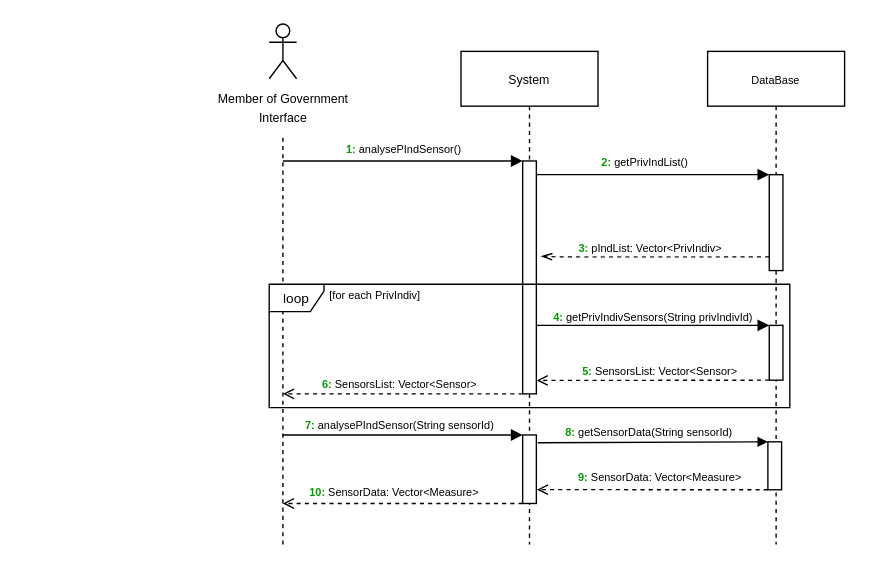
Earlier version of the draw.io diagram UML stuff/seqDiagSetReliable.drawio (NourJadiri/AirWatcher). Source tidied: cells renumbered, new cells numbered last; positions are measured from the earlier drawing's top-left corner, leaving out a move shared by most shapes. Both pictures are drawn from the tidied source at 137%, with x=0, y=0 at pixel (269, 23).
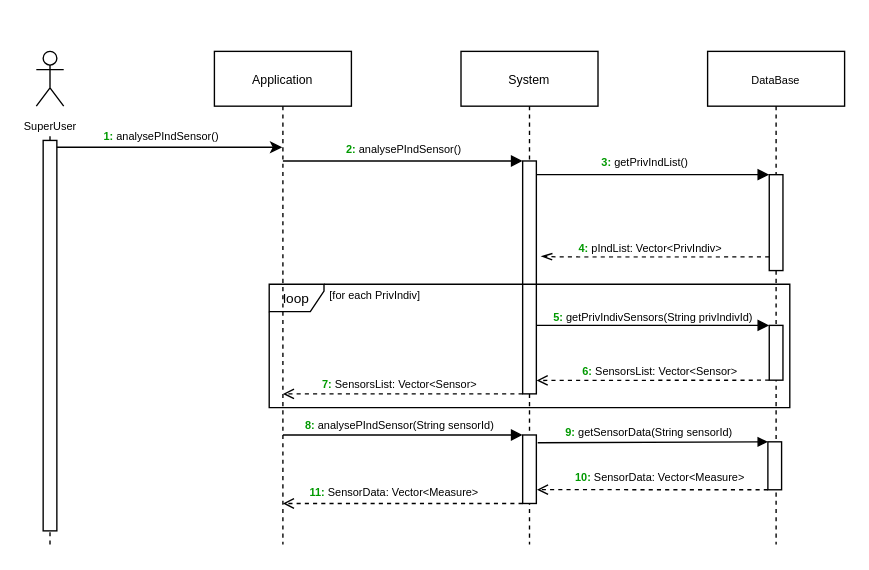
After the change.

Unchanged cells that the change refers to:
```xml
<mxCell id="2" value="&lt;font style=&quot;font-size: 9px;&quot;&gt;System&lt;/font&gt;" style="shape=umlLifeline;perimeter=lifelinePerimeter;whiteSpace=wrap;html=1;outlineConnect=0;portConstraint=eastwest;newEdgeStyle={&quot;edgeStyle&quot;:&quot;elbowEdgeStyle&quot;,&quot;elbow&quot;:&quot;vertical&quot;,&quot;curved&quot;:0,&quot;rounded&quot;:0};" parent="1" vertex="1">
  <mxGeometry x="140" y="20" width="100" height="360" as="geometry" />
</mxCell>
<mxCell id="5" style="html=1;points=[];perimeter=orthogonalPerimeter;outlineConnect=0;targetShapes=umlLifeline;portConstraint=eastwest;newEdgeStyle={&quot;edgeStyle&quot;:&quot;elbowEdgeStyle&quot;,&quot;elbow&quot;:&quot;vertical&quot;,&quot;curved&quot;:0,&quot;rounded&quot;:0};" parent="4" vertex="1">
  <mxGeometry x="45" y="90" width="10" height="70" as="geometry" />
</mxCell>
<mxCell id="7" style="endArrow=openThin;html=1;rounded=0;dashed=1;endFill=0;entryX=1.355;entryY=0.409;entryDx=0;entryDy=0;entryPerimeter=0;" parent="1" edge="1" source="5" target="23">
  <mxGeometry relative="1" as="geometry">
    <Array as="points">
      <mxPoint x="210" y="170" />
    </Array>
  </mxGeometry>
</mxCell>
<mxCell id="18" style="whiteSpace=wrap;html=1;" parent="1" vertex="1">
  <mxGeometry x="364" y="305" width="10" height="35" as="geometry" />
</mxCell>
<mxCell id="19" style="edgeStyle=none;jettySize=auto;html=1;rounded=0;exitX=0;exitY=1;exitDx=0;exitDy=0;dashed=1;endArrow=open;endFill=0;entryX=1.045;entryY=0.798;entryDx=0;entryDy=0;entryPerimeter=0;" parent="1" edge="1" source="18" target="24">
  <mxGeometry relative="1" as="geometry" />
</mxCell>
<mxCell id="21" style="edgeStyle=none;jettySize=auto;html=1;rounded=0;dashed=1;endArrow=open;endFill=0;exitX=0;exitY=1;exitDx=0;exitDy=0;" parent="1" edge="1" source="24">
  <mxGeometry relative="1" as="geometry">
    <mxPoint x="10" y="350" as="targetPoint" />
  </mxGeometry>
</mxCell>
<mxCell id="24" style="rounded=0;whiteSpace=wrap;html=1;" parent="1" vertex="1">
  <mxGeometry x="185" y="300" width="10" height="50" as="geometry" />
</mxCell>
<mxCell id="27" value="&lt;font style=&quot;font-size: 10px;&quot;&gt;loop&lt;/font&gt;" style="shape=umlFrame;whiteSpace=wrap;html=1;width=40;height=20;" parent="1" vertex="1">
  <mxGeometry y="190" width="380" height="90" as="geometry" />
</mxCell>
```

What changed in the source:
```diff
@@
-    <mxCell id="3" value="&lt;font style=&quot;font-size: 8px;&quot;&gt;&lt;b&gt;&lt;font color=&quot;#009900&quot;&gt;1:&lt;/font&gt; &lt;/b&gt;analysePIndSensor()&lt;/font&gt;" style="html=1;verticalAlign=bottom;endArrow=block;edgeStyle=elbowEdgeStyle;elbow=vertical;curved=0;rounded=0;" parent="1" edge="1">
+    <mxCell id="3" value="&lt;font style=&quot;font-size: 8px;&quot;&gt;&lt;b&gt;&lt;font color=&quot;#009900&quot;&gt;2:&lt;/font&gt; &lt;/b&gt;analysePIndSensor()&lt;/font&gt;" style="html=1;verticalAlign=bottom;endArrow=block;edgeStyle=elbowEdgeStyle;elbow=vertical;curved=0;rounded=0;" parent="1" edge="1">
       <mxGeometry relative="1" as="geometry">
         <mxPoint x="10" y="100" as="sourcePoint" />
         <mxPoint x="185" y="100" as="targetPoint" />
         <Array as="points">
           <mxPoint x="100" y="100" />
         </Array>
       </mxGeometry>
     </mxCell>
@@
-    <mxCell id="6" value="&lt;b style=&quot;border-color: var(--border-color); font-size: 8px;&quot;&gt;&lt;font style=&quot;border-color: var(--border-color);&quot; color=&quot;#009900&quot;&gt;2:&lt;/font&gt;&amp;nbsp;&lt;/b&gt;&lt;span style=&quot;font-size: 8px;&quot;&gt;getPrivIndList()&lt;/span&gt;" style="endArrow=block;html=1;rounded=0;endFill=1;" parent="1" edge="1" source="2" target="5">
+    <mxCell id="6" value="&lt;b style=&quot;border-color: var(--border-color); font-size: 8px;&quot;&gt;&lt;font style=&quot;border-color: var(--border-color);&quot; color=&quot;#009900&quot;&gt;3:&lt;/font&gt;&amp;nbsp;&lt;/b&gt;&lt;span style=&quot;font-size: 8px;&quot;&gt;getPrivIndList()&lt;/span&gt;" style="endArrow=block;html=1;rounded=0;endFill=1;" parent="1" edge="1" source="2" target="5">
       <mxGeometry x="-0.04" y="10" relative="1" as="geometry">
         <Array as="points">
           <mxPoint x="330" y="110" />
         </Array>
       </mxGeometry>
     </mxCell>
@@
-    <mxCell id="8" value="&lt;b style=&quot;border-color: var(--border-color); font-size: 8px;&quot;&gt;&lt;font style=&quot;border-color: var(--border-color);&quot; color=&quot;#009900&quot;&gt;3:&lt;/font&gt;&amp;nbsp;&lt;/b&gt;&lt;span style=&quot;font-size: 8px;&quot;&gt;pIndList: Vector&amp;lt;PrivIndiv&amp;gt;&lt;/span&gt;" style="edgeLabel;html=1;align=center;verticalAlign=middle;" parent="7" vertex="1">
+    <mxCell id="8" value="&lt;b style=&quot;border-color: var(--border-color); font-size: 8px;&quot;&gt;&lt;font style=&quot;border-color: var(--border-color);&quot; color=&quot;#009900&quot;&gt;4:&lt;/font&gt;&amp;nbsp;&lt;/b&gt;&lt;span style=&quot;font-size: 8px;&quot;&gt;pIndList: Vector&amp;lt;PrivIndiv&amp;gt;&lt;/span&gt;" style="edgeLabel;html=1;align=center;verticalAlign=middle;" parent="7" vertex="1">
       <mxGeometry y="1" relative="1" as="geometry">
         <mxPoint x="-5" y="-9" as="offset" />
       </mxGeometry>
     </mxCell>
@@
-    <mxCell id="12" value="&lt;font style=&quot;font-size: 8px;&quot;&gt;&lt;b style=&quot;border-color: var(--border-color);&quot;&gt;&lt;font style=&quot;border-color: var(--border-color);&quot; color=&quot;#009900&quot;&gt;5:&lt;/font&gt;&amp;nbsp;&lt;/b&gt;SensorsList: Vector&amp;lt;Sensor&amp;gt;&lt;/font&gt;" style="text;html=1;align=center;verticalAlign=middle;strokeColor=none;fillColor=none;strokeWidth=0;" parent="1" vertex="1">
+    <mxCell id="12" value="&lt;font style=&quot;font-size: 8px;&quot;&gt;&lt;b style=&quot;border-color: var(--border-color);&quot;&gt;&lt;font style=&quot;border-color: var(--border-color);&quot; color=&quot;#009900&quot;&gt;6:&lt;/font&gt;&amp;nbsp;&lt;/b&gt;SensorsList: Vector&amp;lt;Sensor&amp;gt;&lt;/font&gt;" style="text;html=1;align=center;verticalAlign=middle;strokeColor=none;fillColor=none;strokeWidth=0;" parent="1" vertex="1">
       <mxGeometry x="215" y="238" width="140" height="30" as="geometry" />
     </mxCell>
@@
-    <mxCell id="14" value="&lt;font style=&quot;font-size: 8px;&quot;&gt;&lt;b style=&quot;border-color: var(--border-color);&quot;&gt;&lt;font style=&quot;border-color: var(--border-color);&quot; color=&quot;#009900&quot;&gt;6:&lt;/font&gt;&amp;nbsp;&lt;/b&gt;SensorsList: Vector&amp;lt;Sensor&amp;gt;&lt;/font&gt;" style="text;html=1;align=center;verticalAlign=middle;strokeColor=none;fillColor=none;" parent="1" vertex="1">
+    <mxCell id="14" value="&lt;font style=&quot;font-size: 8px;&quot;&gt;&lt;b style=&quot;border-color: var(--border-color);&quot;&gt;&lt;font style=&quot;border-color: var(--border-color);&quot; color=&quot;#009900&quot;&gt;7:&lt;/font&gt;&amp;nbsp;&lt;/b&gt;SensorsList: Vector&amp;lt;Sensor&amp;gt;&lt;/font&gt;" style="text;html=1;align=center;verticalAlign=middle;strokeColor=none;fillColor=none;" parent="1" vertex="1">
       <mxGeometry x="25" y="247" width="140" height="30" as="geometry" />
     </mxCell>
@@
-    <mxCell id="16" value="&lt;font style=&quot;font-size: 8px;&quot;&gt;&lt;b style=&quot;border-color: var(--border-color);&quot;&gt;&lt;font style=&quot;border-color: var(--border-color);&quot; color=&quot;#009900&quot;&gt;7:&lt;/font&gt;&amp;nbsp;&lt;/b&gt;analysePIndSensor(String sensorId)&lt;/font&gt;" style="text;html=1;align=center;verticalAlign=middle;strokeColor=none;fillColor=none;" parent="1" vertex="1">
+    <mxCell id="16" value="&lt;font style=&quot;font-size: 8px;&quot;&gt;&lt;b style=&quot;border-color: var(--border-color);&quot;&gt;&lt;font style=&quot;border-color: var(--border-color);&quot; color=&quot;#009900&quot;&gt;8:&lt;/font&gt;&amp;nbsp;&lt;/b&gt;analysePIndSensor(String sensorId)&lt;/font&gt;" style="text;html=1;align=center;verticalAlign=middle;strokeColor=none;fillColor=none;" parent="1" vertex="1">
       <mxGeometry x="15" y="277" width="160" height="30" as="geometry" />
     </mxCell>
-    <mxCell id="17" value="&lt;font style=&quot;font-size: 8px;&quot;&gt;&lt;b style=&quot;border-color: var(--border-color);&quot;&gt;&lt;font style=&quot;border-color: var(--border-color);&quot; color=&quot;#009900&quot;&gt;8:&lt;/font&gt;&amp;nbsp;&lt;/b&gt;getSensorData(String sensorId)&lt;/font&gt;" style="edgeStyle=none;jettySize=auto;html=1;rounded=0;endSize=5;entryX=0;entryY=0;entryDx=0;entryDy=0;exitX=1.099;exitY=0.113;exitDx=0;exitDy=0;exitPerimeter=0;endArrow=block;endFill=1;" parent="1" edge="1" source="24" target="18">
+    <mxCell id="17" value="&lt;font style=&quot;font-size: 8px;&quot;&gt;&lt;b style=&quot;border-color: var(--border-color);&quot;&gt;&lt;font style=&quot;border-color: var(--border-color);&quot; color=&quot;#009900&quot;&gt;9:&lt;/font&gt;&amp;nbsp;&lt;/b&gt;getSensorData(String sensorId)&lt;/font&gt;" style="edgeStyle=none;jettySize=auto;html=1;rounded=0;endSize=5;entryX=0;entryY=0;entryDx=0;entryDy=0;exitX=1.099;exitY=0.113;exitDx=0;exitDy=0;exitPerimeter=0;endArrow=block;endFill=1;" parent="1" edge="1" source="24" target="18">
       <mxGeometry x="-0.03" y="8" relative="1" as="geometry" />
     </mxCell>
@@
-    <mxCell id="20" value="&lt;font style=&quot;font-size: 8px;&quot;&gt;&lt;b style=&quot;border-color: var(--border-color);&quot;&gt;&lt;font style=&quot;border-color: var(--border-color);&quot; color=&quot;#009900&quot;&gt;9:&lt;/font&gt;&amp;nbsp;&lt;/b&gt;SensorData: Vector&amp;lt;Measure&amp;gt;&lt;/font&gt;" style="edgeLabel;html=1;align=center;verticalAlign=middle;" parent="19" vertex="1">
+    <mxCell id="20" value="&lt;font style=&quot;font-size: 8px;&quot;&gt;&lt;b style=&quot;border-color: var(--border-color);&quot;&gt;&lt;font style=&quot;border-color: var(--border-color);&quot; color=&quot;#009900&quot;&gt;10:&lt;/font&gt;&amp;nbsp;&lt;/b&gt;SensorData: Vector&amp;lt;Measure&amp;gt;&lt;/font&gt;" style="edgeLabel;html=1;align=center;verticalAlign=middle;" parent="19" vertex="1">
       <mxGeometry x="0.08" y="-2" relative="1" as="geometry">
         <mxPoint x="11" y="-8" as="offset" />
       </mxGeometry>
     </mxCell>
@@
-    <mxCell id="22" value="&lt;font style=&quot;font-size: 8px;&quot;&gt;&lt;b style=&quot;border-color: var(--border-color);&quot;&gt;&lt;font style=&quot;border-color: var(--border-color);&quot; color=&quot;#009900&quot;&gt;10:&lt;/font&gt;&amp;nbsp;&lt;/b&gt;SensorData: Vector&amp;lt;Measure&amp;gt;&lt;/font&gt;" style="edgeLabel;html=1;align=center;verticalAlign=middle;" parent="21" vertex="1">
+    <mxCell id="22" value="&lt;font style=&quot;font-size: 8px;&quot;&gt;&lt;b style=&quot;border-color: var(--border-color);&quot;&gt;&lt;font style=&quot;border-color: var(--border-color);&quot; color=&quot;#009900&quot;&gt;11:&lt;/font&gt;&amp;nbsp;&lt;/b&gt;SensorData: Vector&amp;lt;Measure&amp;gt;&lt;/font&gt;" style="edgeLabel;html=1;align=center;verticalAlign=middle;" parent="21" vertex="1">
       <mxGeometry x="0.07" y="1" relative="1" as="geometry">
         <mxPoint x="-1" y="-11" as="offset" />
       </mxGeometry>
     </mxCell>
@@
-    <mxCell id="25" style="endArrow=none;dashed=1;html=1;rounded=0;" parent="1" edge="1">
-      <mxGeometry relative="1" as="geometry">
-        <mxPoint x="10" y="380" as="sourcePoint" />
-        <mxPoint x="10" y="80" as="targetPoint" />
-      </mxGeometry>
-    </mxCell>
-    <mxCell id="26" value="&lt;font style=&quot;font-size: 9px;&quot;&gt;Member of Government&lt;br&gt;Interface&lt;/font&gt;" style="shape=umlActor;verticalLabelPosition=bottom;verticalAlign=top;html=1;" parent="1" vertex="1">
-      <mxGeometry width="20" height="40" as="geometry" />
-    </mxCell>
@@
-    <mxCell id="29" value="&lt;font style=&quot;font-size: 8px;&quot;&gt;&lt;b style=&quot;border-color: var(--border-color);&quot;&gt;&lt;font style=&quot;border-color: var(--border-color);&quot; color=&quot;#009900&quot;&gt;4:&lt;/font&gt;&amp;nbsp;&lt;/b&gt;getPrivIndivSensors(String privIndivId)&lt;/font&gt;" style="text;html=1;align=center;verticalAlign=middle;strokeColor=none;fillColor=none;" parent="27" vertex="1">
+    <mxCell id="29" value="&lt;font style=&quot;font-size: 8px;&quot;&gt;&lt;b style=&quot;border-color: var(--border-color);&quot;&gt;&lt;font style=&quot;border-color: var(--border-color);&quot; color=&quot;#009900&quot;&gt;5:&lt;/font&gt;&amp;nbsp;&lt;/b&gt;getPrivIndivSensors(String privIndivId)&lt;/font&gt;" style="text;html=1;align=center;verticalAlign=middle;strokeColor=none;fillColor=none;" parent="27" vertex="1">
       <mxGeometry x="195" y="8" width="170" height="30" as="geometry" />
     </mxCell>
+    <mxCell id="30" value="&lt;font style=&quot;font-size: 8px;&quot;&gt;SuperUser&lt;/font&gt;" style="shape=umlActor;verticalLabelPosition=bottom;verticalAlign=top;html=1;" parent="1" vertex="1">
+      <mxGeometry x="-170" y="20" width="20" height="40" as="geometry" />
+    </mxCell>
+    <mxCell id="31" style="endArrow=none;dashed=1;html=1;rounded=0;" parent="1" edge="1" source="33">
+      <mxGeometry relative="1" as="geometry">
+        <mxPoint x="-160" y="80" as="targetPoint" />
+      </mxGeometry>
+    </mxCell>
+    <mxCell id="32" style="endArrow=none;dashed=1;html=1;rounded=0;" parent="1" edge="1" target="33">
+      <mxGeometry relative="1" as="geometry">
+        <mxPoint x="-160" y="380" as="sourcePoint" />
+      </mxGeometry>
+    </mxCell>
+    <mxCell id="33" style="rounded=0;whiteSpace=wrap;html=1;" parent="1" vertex="1">
+      <mxGeometry x="-165" y="85" width="10" height="285" as="geometry" />
+    </mxCell>
+    <mxCell id="34" value="&lt;font style=&quot;font-size: 9px;&quot;&gt;Application&lt;/font&gt;" style="shape=umlLifeline;perimeter=lifelinePerimeter;whiteSpace=wrap;html=1;outlineConnect=0;portConstraint=eastwest;newEdgeStyle={&quot;edgeStyle&quot;:&quot;elbowEdgeStyle&quot;,&quot;elbow&quot;:&quot;vertical&quot;,&quot;curved&quot;:0,&quot;rounded&quot;:0};" parent="1" vertex="1">
+      <mxGeometry x="-40" y="20" width="100" height="360" as="geometry" />
+    </mxCell>
+    <mxCell id="35" style="endArrow=classic;html=1;rounded=0;" parent="1" edge="1" target="34">
+      <mxGeometry relative="1" as="geometry">
+        <mxPoint x="-155" y="90" as="sourcePoint" />
+      </mxGeometry>
+    </mxCell>
+    <mxCell id="36" value="&lt;font style=&quot;font-size: 8px;&quot;&gt;&lt;b style=&quot;border-color: var(--border-color);&quot;&gt;&lt;font style=&quot;border-color: var(--border-color);&quot; color=&quot;#009900&quot;&gt;1:&amp;nbsp;&lt;/font&gt;&lt;/b&gt;analysePIndSensor()&lt;/font&gt;" style="edgeLabel;html=1;align=center;verticalAlign=middle;" parent="35" vertex="1">
+      <mxGeometry x="-0.23" y="2" relative="1" as="geometry">
+        <mxPoint x="12" y="-8" as="offset" />
+      </mxGeometry>
+    </mxCell>
```
